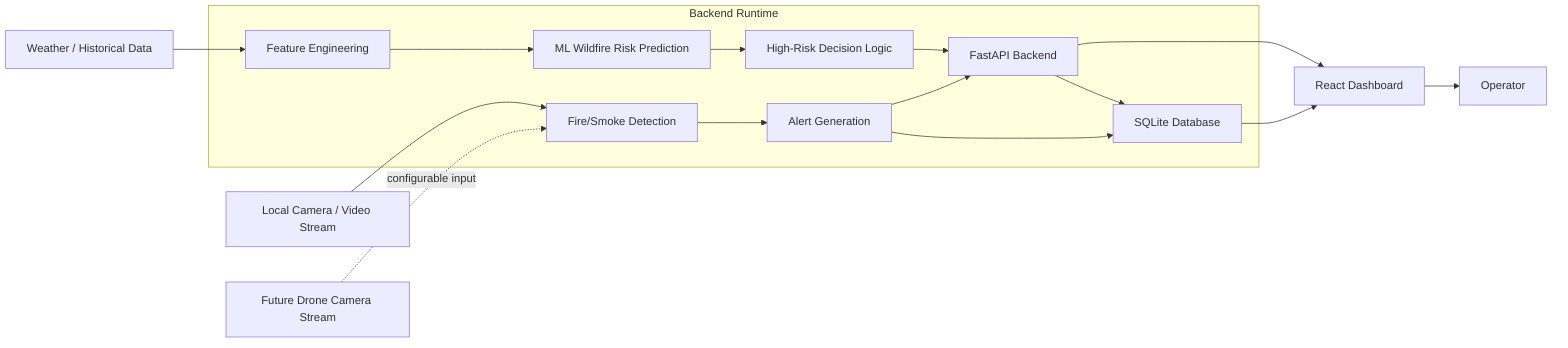
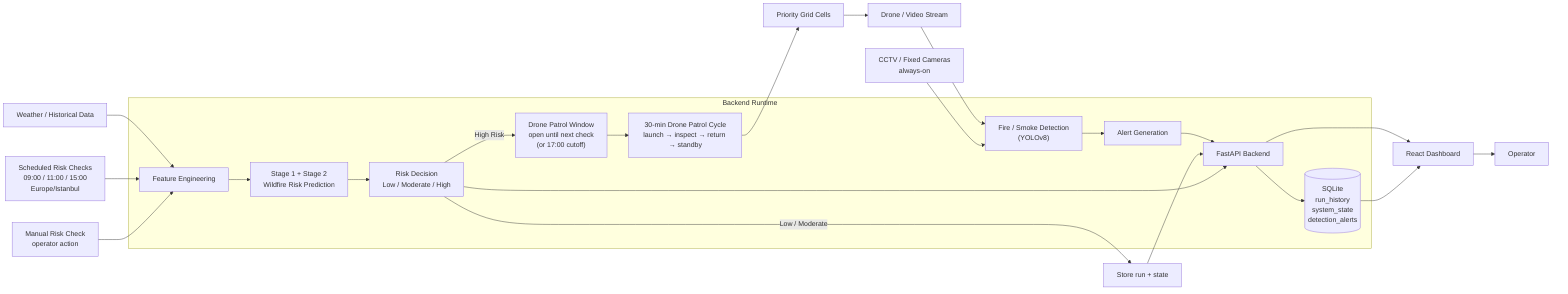
+ %% FireWatch — system architecture
+ %% Prediction-driven monitoring: scheduled risk checks decide whether
+ %% the drone patrol cycle runs. CCTV stays always-on regardless.
+ 
flowchart LR
    weather["Weather / Historical Data"] --> features["Feature Engineering"]
-     features --> prediction["ML Wildfire Risk Prediction"]
-     prediction --> decision["High-Risk Decision Logic"]
-     decision --> api["FastAPI Backend"]
-     api --> db["SQLite Database"]
+ 
+     sched["Scheduled Risk Checks<br/>09:00 / 11:00 / 15:00<br/>Europe/Istanbul"] --> features
+     manual["Manual Risk Check<br/>operator action"] --> features
+ 
+     features --> prediction["Stage 1 + Stage 2<br/>Wildfire Risk Prediction"]
+     prediction --> decision["Risk Decision<br/>Low / Moderate / High"]
+ 
+     decision -->|"High Risk"| window["Drone Patrol Window<br/>open until next check<br/>(or 17:00 cutoff)"]
+     decision -->|"Low / Moderate"| persist1["Store run + state"]
+ 
+     window --> cycle["30-min Drone Patrol Cycle<br/>launch → inspect → return → standby"]
+     cycle --> grid["Priority Grid Cells"]
+     grid --> drone_stream["Drone / Video Stream"]
+     drone_stream --> detection
+ 
+     cctv["CCTV / Fixed Cameras<br/>always-on"] --> detection["Fire / Smoke Detection<br/>(YOLOv8)"]
+     detection --> alerts["Alert Generation"]
+ 
+     alerts --> api["FastAPI Backend"]
+     persist1 --> api
+     decision --> api
+ 
+     api --> db[("SQLite<br/>run_history<br/>system_state<br/>detection_alerts")]
    api --> dashboard["React Dashboard"]
- 
-     local_stream["Local Camera / Video Stream"] --> detection["Fire/Smoke Detection"]
-     future_drone["Future Drone Camera Stream"] -. configurable input .-> detection
-     detection --> alerts["Alert Generation"]
-     alerts --> api
-     alerts --> db
- 
    db --> dashboard
    dashboard --> operator["Operator"]

    subgraph backend["Backend Runtime"]
        features
        prediction
        decision
+         window
+         cycle
        detection
        alerts
        api
        db
    end
